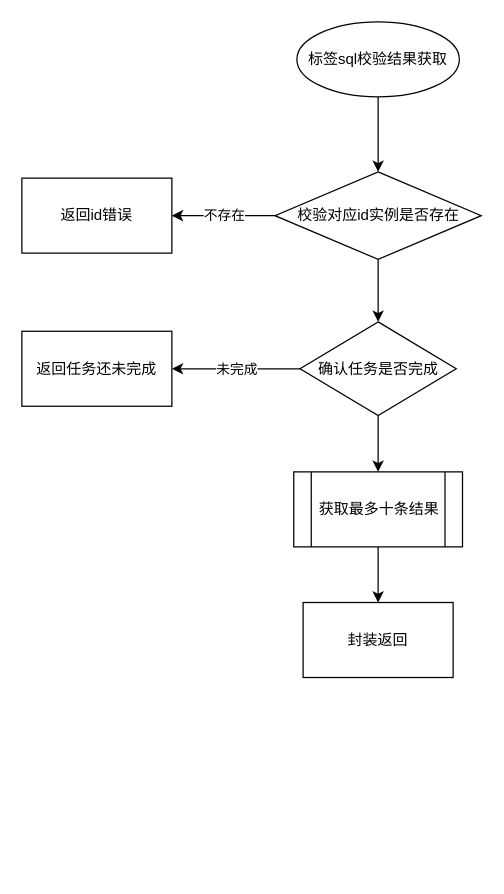
Before: 标签sql校验结果获取流程图.drawio in 1418956397/JavaWeb-Project-Source-Share, a draw.io diagram. Source tidied: cells renumbered, new cells numbered last; positions are measured from the earlier drawing's top-left corner, leaving out a move shared by most shapes. Both pictures are drawn from the tidied source at 125%, with x=0, y=0 at pixel (21, 21).
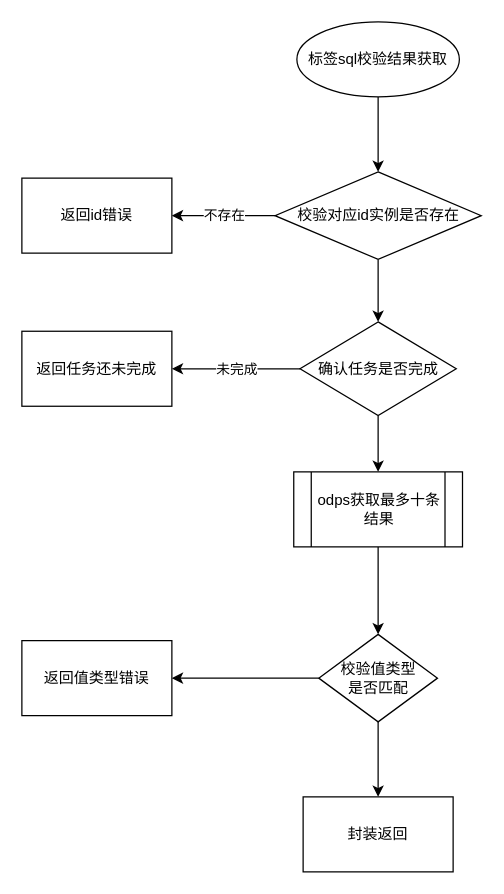
The same page after the edit.

Commit message (it also covers changes not shown here):
更新标签sql校验结果获取流程图.drawio

Diff of the diagram source:
```diff
@@
 <mxGraphModel>
   <root>
     <mxCell id="0" />
     <mxCell id="1" parent="0" />
     <mxCell id="2" style="edgeStyle=orthogonalEdgeStyle;rounded=0;jettySize=auto;html=1;" parent="1" edge="1" source="3" target="6">
       <mxGeometry relative="1" as="geometry" />
     </mxCell>
     <mxCell id="3" value="标签sql校验结果获取" style="ellipse;whiteSpace=wrap;html=1;" parent="1" vertex="1">
       <mxGeometry x="220" width="130" height="60" as="geometry" />
     </mxCell>
     <mxCell id="4" value="不存在" style="edgeStyle=orthogonalEdgeStyle;rounded=0;jettySize=auto;html=1;" parent="1" edge="1" source="6" target="7">
       <mxGeometry relative="1" as="geometry" />
     </mxCell>
     <mxCell id="5" style="edgeStyle=orthogonalEdgeStyle;rounded=0;jettySize=auto;html=1;" parent="1" edge="1" source="6" target="10">
       <mxGeometry relative="1" as="geometry" />
     </mxCell>
     <mxCell id="6" value="校验对应id实例是否存在" style="rhombus;whiteSpace=wrap;html=1;" parent="1" vertex="1">
       <mxGeometry x="202.5" y="120" width="165" height="70" as="geometry" />
     </mxCell>
     <mxCell id="7" value="返回id错误" style="whiteSpace=wrap;html=1;" parent="1" vertex="1">
       <mxGeometry y="125" width="120" height="60" as="geometry" />
     </mxCell>
     <mxCell id="8" value="未完成" style="edgeStyle=orthogonalEdgeStyle;rounded=0;jettySize=auto;html=1;" parent="1" edge="1" source="10" target="11">
       <mxGeometry relative="1" as="geometry" />
     </mxCell>
     <mxCell id="9" style="edgeStyle=orthogonalEdgeStyle;rounded=0;jettySize=auto;html=1;" parent="1" edge="1" source="10" target="13">
       <mxGeometry relative="1" as="geometry" />
     </mxCell>
     <mxCell id="10" value="确认任务是否完成" style="rhombus;whiteSpace=wrap;html=1;" parent="1" vertex="1">
       <mxGeometry x="222.5" y="240" width="125" height="75" as="geometry" />
     </mxCell>
     <mxCell id="11" value="返回任务还未完成" style="whiteSpace=wrap;html=1;" parent="1" vertex="1">
       <mxGeometry y="247.5" width="120" height="60" as="geometry" />
     </mxCell>
-    <mxCell id="12" style="edgeStyle=orthogonalEdgeStyle;rounded=0;jettySize=auto;html=1;" parent="1" edge="1" source="13" target="14">
-      <mxGeometry relative="1" as="geometry" />
-    </mxCell>
+    <mxCell id="15" style="edgeStyle=orthogonalEdgeStyle;rounded=0;jettySize=auto;html=1;" parent="1" edge="1" source="13" target="18">
+      <mxGeometry relative="1" as="geometry" />
+    </mxCell>
-    <mxCell id="13" value="获取最多十条结果" style="shape=process;whiteSpace=wrap;html=1;backgroundOutline=1;" parent="1" vertex="1">
+    <mxCell id="13" value="odps获取最多十条结果" style="shape=process;whiteSpace=wrap;html=1;backgroundOutline=1;" parent="1" vertex="1">
       <mxGeometry x="217.5" y="360" width="135" height="60" as="geometry" />
     </mxCell>
     <mxCell id="14" value="封装返回" style="whiteSpace=wrap;html=1;" parent="1" vertex="1">
-      <mxGeometry x="225" y="464.5" width="120" height="60" as="geometry" />
+      <mxGeometry x="225" y="620" width="120" height="60" as="geometry" />
     </mxCell>
+    <mxCell id="16" style="edgeStyle=orthogonalEdgeStyle;rounded=0;jettySize=auto;html=1;" parent="1" edge="1" source="18" target="19">
+      <mxGeometry relative="1" as="geometry" />
+    </mxCell>
+    <mxCell id="17" style="edgeStyle=orthogonalEdgeStyle;rounded=0;jettySize=auto;html=1;" parent="1" edge="1" source="18" target="14">
+      <mxGeometry relative="1" as="geometry" />
+    </mxCell>
+    <mxCell id="18" value="校验值类型&lt;div&gt;是否匹配&lt;/div&gt;" style="rhombus;whiteSpace=wrap;html=1;" parent="1" vertex="1">
+      <mxGeometry x="237.5" y="490" width="95" height="70" as="geometry" />
+    </mxCell>
+    <mxCell id="19" value="返回值类型错误" style="whiteSpace=wrap;html=1;" parent="1" vertex="1">
+      <mxGeometry y="495" width="120" height="60" as="geometry" />
+    </mxCell>
   </root>
 </mxGraphModel>
```
